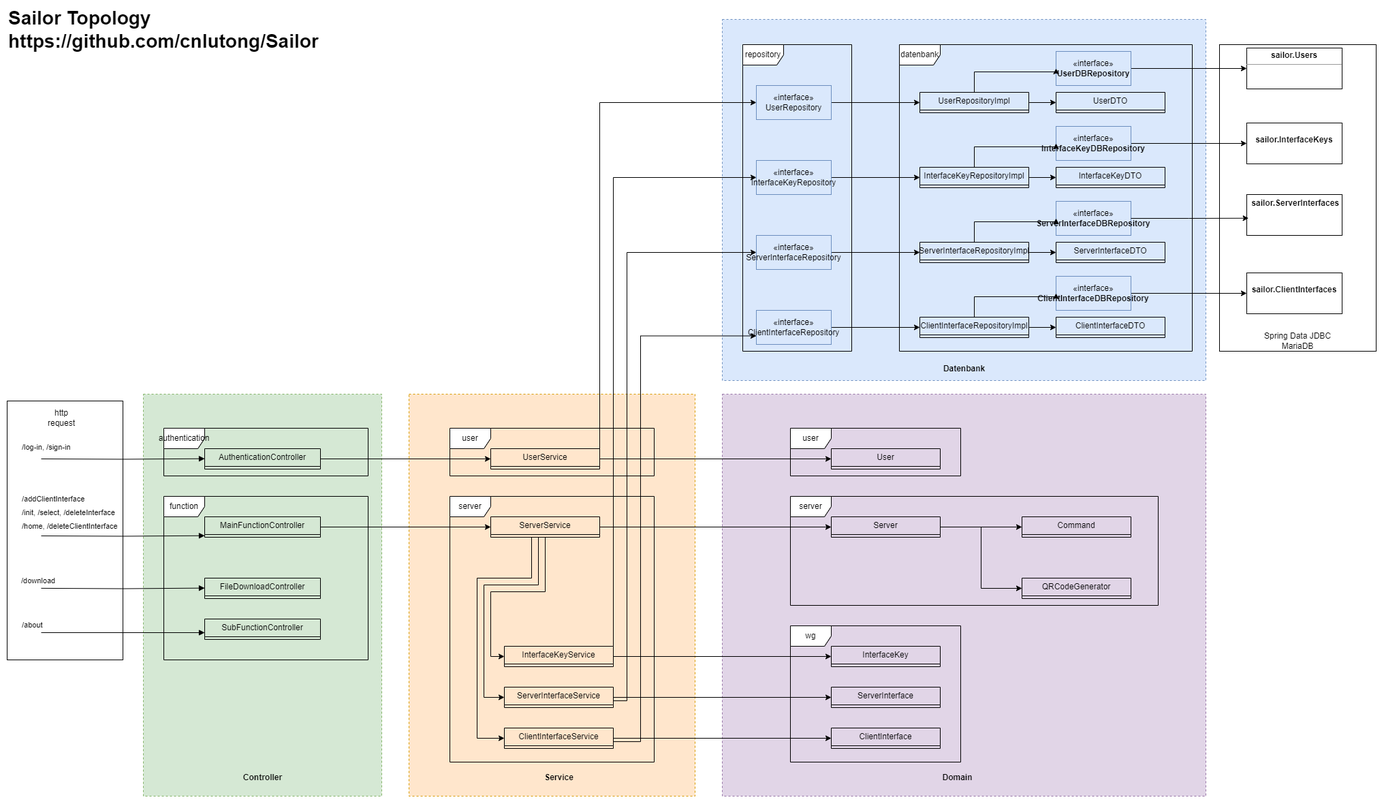
Before: sailor.draw.png, a diagram exported from draw.io (cnlutong/Sailor). Source tidied: cells renumbered, new cells last; positions are measured from the earlier drawing's top-left corner, leaving out a move shared by most shapes.
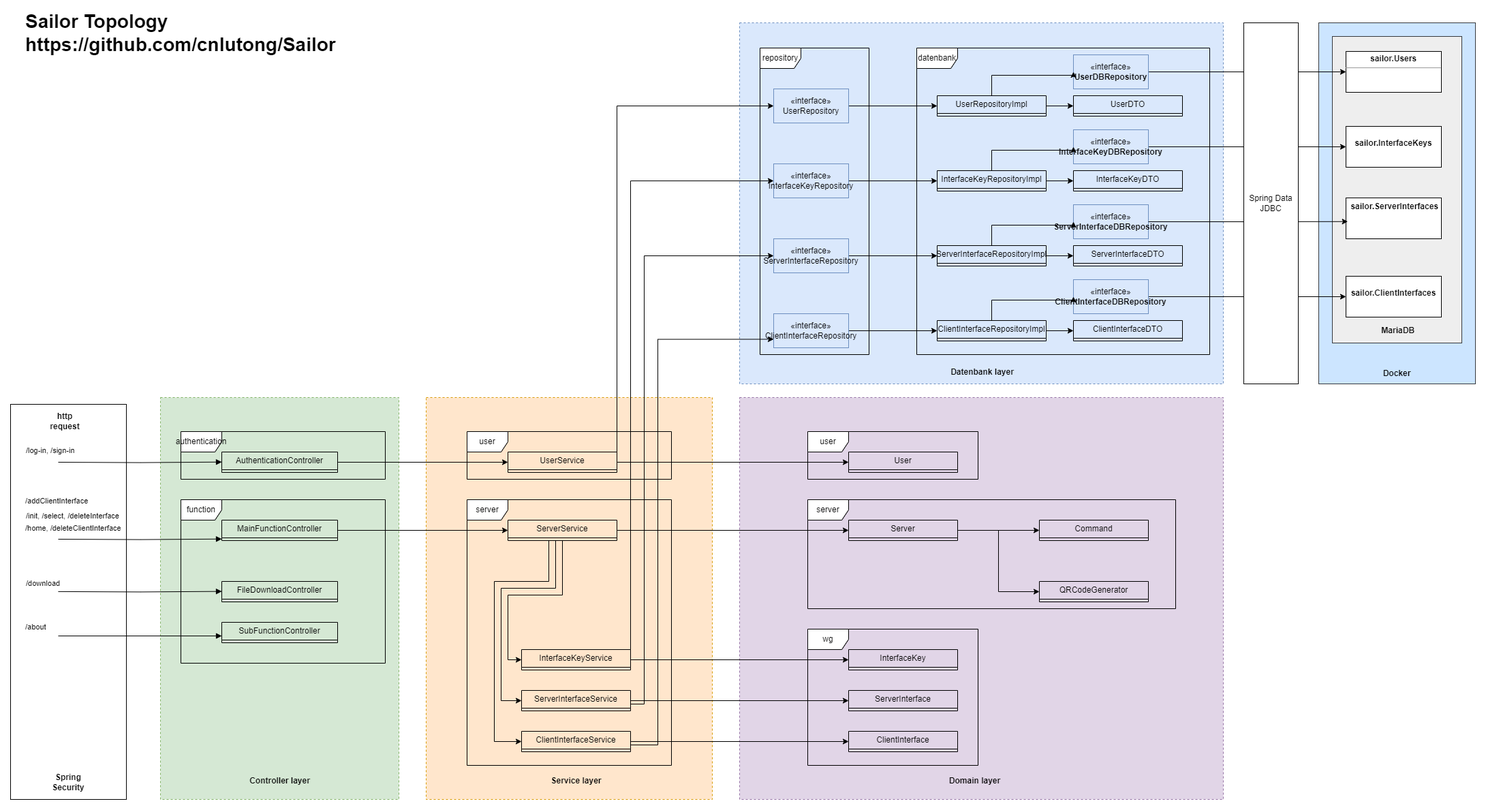
The same file after the commit.

What changed in the source:
```diff
@@ -2,6 +2,12 @@
   <root>
     <mxCell id="0" />
     <mxCell id="1" parent="0" />
+    <mxCell id="6" style="rounded=0;whiteSpace=wrap;html=1;fillColor=#cce5ff;strokeColor=#36393d;" parent="1" vertex="1">
+      <mxGeometry x="1900" width="230" height="530" as="geometry" />
+    </mxCell>
+    <mxCell id="102" style="rounded=0;whiteSpace=wrap;html=1;fillColor=#eeeeee;strokeColor=#36393d;" parent="1" vertex="1">
+      <mxGeometry x="1920" y="20" width="190" height="450" as="geometry" />
+    </mxCell>
     <mxCell id="2" style="rounded=0;whiteSpace=wrap;html=1;dashed=1;fillColor=#dae8fc;strokeColor=#6c8ebf;" parent="1" vertex="1">
       <mxGeometry x="1050" width="710" height="530" as="geometry" />
     </mxCell>
@@ -14,11 +20,8 @@
     <mxCell id="5" style="rounded=0;whiteSpace=wrap;html=1;dashed=1;fillColor=#d5e8d4;strokeColor=#82b366;" parent="1" vertex="1">
       <mxGeometry x="200" y="550" width="350" height="590" as="geometry" />
     </mxCell>
-    <mxCell id="6" style="rounded=0;whiteSpace=wrap;html=1;" parent="1" vertex="1">
-      <mxGeometry x="1780" y="37" width="230" height="450" as="geometry" />
-    </mxCell>
     <mxCell id="7" style="rounded=0;whiteSpace=wrap;html=1;" parent="1" vertex="1">
-      <mxGeometry y="560" width="170" height="380" as="geometry" />
+      <mxGeometry x="-20" y="560" width="170" height="580" as="geometry" />
     </mxCell>
     <mxCell id="8" style="edgeStyle=orthogonalEdgeStyle;rounded=0;jettySize=auto;html=1;entryX=0;entryY=0.5;entryDx=0;entryDy=0;" parent="1" edge="1" source="9" target="16">
       <mxGeometry relative="1" as="geometry" />
@@ -291,7 +294,7 @@
     </mxCell>
     <mxCell id="81" value="/about" style="edgeLabel;html=1;align=left;verticalAlign=bottom;" parent="80" vertex="1">
       <mxGeometry relative="1" as="geometry">
-        <mxPoint x="-150" y="-5" as="offset" />
+        <mxPoint x="-170" y="-5" as="offset" />
       </mxGeometry>
     </mxCell>
     <mxCell id="82" style="endArrow=block;endFill=1;html=1;edgeStyle=orthogonalEdgeStyle;align=left;verticalAlign=top;rounded=0;" parent="1" edge="1">
@@ -302,7 +305,7 @@
     </mxCell>
     <mxCell id="83" value="/download" style="edgeLabel;html=1;align=left;verticalAlign=bottom;" parent="82" vertex="1">
       <mxGeometry relative="1" as="geometry">
-        <mxPoint x="-150" y="-5" as="offset" />
+        <mxPoint x="-170" y="-5" as="offset" />
       </mxGeometry>
     </mxCell>
     <mxCell id="84" style="endArrow=block;endFill=1;html=1;edgeStyle=orthogonalEdgeStyle;align=left;verticalAlign=top;rounded=0;" parent="1" edge="1">
@@ -313,7 +316,7 @@
     </mxCell>
     <mxCell id="85" value="/log-in, /sign-in" style="edgeLabel;html=1;align=left;verticalAlign=bottom;" parent="84" vertex="1">
       <mxGeometry relative="1" as="geometry">
-        <mxPoint x="-150" y="-11" as="offset" />
+        <mxPoint x="-170" y="-11" as="offset" />
       </mxGeometry>
     </mxCell>
     <mxCell id="86" style="endArrow=block;endFill=1;html=1;edgeStyle=orthogonalEdgeStyle;align=left;verticalAlign=top;rounded=0;" parent="1" edge="1">
@@ -324,50 +327,59 @@
     </mxCell>
     <mxCell id="87" value="/init, /select, /deleteInterface" style="edgeLabel;html=1;align=left;verticalAlign=bottom;" parent="86" vertex="1">
       <mxGeometry relative="1" as="geometry">
-        <mxPoint x="-150" y="-28" as="offset" />
+        <mxPoint x="-170" y="-28" as="offset" />
       </mxGeometry>
     </mxCell>
     <mxCell id="88" value="/home, /deleteClientInterface" style="edgeLabel;html=1;align=left;verticalAlign=bottom;" parent="1" vertex="1">
-      <mxGeometry x="20" y="750" as="geometry" />
+      <mxGeometry y="750" as="geometry" />
     </mxCell>
     <mxCell id="89" value="/addClientInterface" style="edgeLabel;html=1;align=left;verticalAlign=bottom;" parent="1" vertex="1">
-      <mxGeometry x="20" y="710" as="geometry" />
+      <mxGeometry y="710" as="geometry" />
     </mxCell>
-    <mxCell id="90" value="http request" style="text;html=1;strokeColor=none;fillColor=none;align=center;verticalAlign=middle;whiteSpace=wrap;rounded=0;" parent="1" vertex="1">
-      <mxGeometry x="50" y="570" width="60" height="30" as="geometry" />
+    <mxCell id="90" value="&lt;b&gt;http request&lt;/b&gt;" style="text;html=1;strokeColor=none;fillColor=none;align=center;verticalAlign=middle;whiteSpace=wrap;rounded=0;" parent="1" vertex="1">
+      <mxGeometry x="30" y="570" width="60" height="30" as="geometry" />
     </mxCell>
     <mxCell id="91" value="&lt;p style=&quot;margin:0px;margin-top:4px;text-align:center;&quot;&gt;&lt;b&gt;sailor.Users&lt;/b&gt;&lt;br&gt;&lt;/p&gt;&lt;hr size=&quot;1&quot;&gt;&lt;div style=&quot;height:2px;&quot;&gt;&lt;/div&gt;" style="verticalAlign=top;align=left;overflow=fill;fontSize=12;fontFamily=Helvetica;html=1;whiteSpace=wrap;" parent="1" vertex="1">
-      <mxGeometry x="1820" y="42" width="140" height="60" as="geometry" />
+      <mxGeometry x="1940" y="42" width="140" height="60" as="geometry" />
     </mxCell>
     <mxCell id="92" value="&lt;p style=&quot;margin:0px;margin-top:4px;text-align:center;&quot;&gt;&lt;br&gt;&lt;b&gt;sailor.InterfaceKeys&lt;/b&gt;&lt;br&gt;&lt;/p&gt;" style="verticalAlign=top;align=left;overflow=fill;fontSize=12;fontFamily=Helvetica;html=1;whiteSpace=wrap;" parent="1" vertex="1">
-      <mxGeometry x="1820" y="152" width="140" height="60" as="geometry" />
+      <mxGeometry x="1940" y="152" width="140" height="60" as="geometry" />
     </mxCell>
     <mxCell id="93" value="&lt;p style=&quot;margin:0px;margin-top:4px;text-align:center;&quot;&gt;&lt;/p&gt;&lt;div style=&quot;height:2px;&quot;&gt;&lt;/div&gt;&lt;div style=&quot;text-align: center;&quot;&gt;&lt;b&gt;&amp;nbsp;sailor.ServerInterfaces&lt;/b&gt;&lt;/div&gt;" style="verticalAlign=top;align=left;overflow=fill;fontSize=12;fontFamily=Helvetica;html=1;whiteSpace=wrap;" parent="1" vertex="1">
-      <mxGeometry x="1820" y="257" width="140" height="60" as="geometry" />
+      <mxGeometry x="1940" y="257" width="140" height="60" as="geometry" />
     </mxCell>
     <mxCell id="94" value="&lt;p style=&quot;margin:0px;margin-top:4px;text-align:center;&quot;&gt;&lt;br&gt;&lt;b&gt;sailor.ClientInterfaces&lt;/b&gt;&lt;br&gt;&lt;/p&gt;" style="verticalAlign=top;align=left;overflow=fill;fontSize=12;fontFamily=Helvetica;html=1;whiteSpace=wrap;" parent="1" vertex="1">
-      <mxGeometry x="1820" y="372" width="140" height="60" as="geometry" />
+      <mxGeometry x="1940" y="372" width="140" height="60" as="geometry" />
     </mxCell>
-    <mxCell id="95" value="Spring Data JDBC MariaDB" style="text;html=1;strokeColor=none;fillColor=none;align=center;verticalAlign=middle;whiteSpace=wrap;rounded=0;" parent="1" vertex="1">
-      <mxGeometry x="1832" y="457" width="126" height="30" as="geometry" />
+    <mxCell id="95" value="&amp;nbsp;MariaDB" style="text;html=1;strokeColor=none;fillColor=none;align=center;verticalAlign=middle;whiteSpace=wrap;rounded=0;fontStyle=1;" parent="1" vertex="1">
+      <mxGeometry x="1952" y="437" width="126" height="30" as="geometry" />
     </mxCell>
     <mxCell id="96" style="edgeStyle=orthogonalEdgeStyle;rounded=0;jettySize=auto;html=1;entryX=0.019;entryY=0.579;entryDx=0;entryDy=0;entryPerimeter=0;" parent="1" edge="1" source="68" target="93">
       <mxGeometry relative="1" as="geometry" />
     </mxCell>
-    <mxCell id="97" value="Controller" style="text;align=center;fontStyle=1;verticalAlign=middle;spacingLeft=3;spacingRight=3;strokeColor=none;html=1;" parent="1" vertex="1">
+    <mxCell id="97" value="Controller&amp;nbsp;layer" style="text;align=center;fontStyle=1;verticalAlign=middle;spacingLeft=3;spacingRight=3;strokeColor=none;html=1;" parent="1" vertex="1">
       <mxGeometry x="335" y="1100" width="80" height="26" as="geometry" />
     </mxCell>
-    <mxCell id="98" value="Service" style="text;align=center;fontStyle=1;verticalAlign=middle;spacingLeft=3;spacingRight=3;strokeColor=none;html=1;" parent="1" vertex="1">
+    <mxCell id="98" value="Service&amp;nbsp;layer" style="text;align=center;fontStyle=1;verticalAlign=middle;spacingLeft=3;spacingRight=3;strokeColor=none;html=1;" parent="1" vertex="1">
       <mxGeometry x="770" y="1100" width="80" height="26" as="geometry" />
     </mxCell>
-    <mxCell id="99" value="Domain" style="text;align=center;fontStyle=1;verticalAlign=middle;spacingLeft=3;spacingRight=3;strokeColor=none;html=1;" parent="1" vertex="1">
+    <mxCell id="99" value="Domain&amp;nbsp;layer" style="text;align=center;fontStyle=1;verticalAlign=middle;spacingLeft=3;spacingRight=3;strokeColor=none;html=1;" parent="1" vertex="1">
       <mxGeometry x="1355" y="1100" width="80" height="26" as="geometry" />
     </mxCell>
-    <mxCell id="100" value="Datenbank" style="text;align=center;fontStyle=1;verticalAlign=middle;spacingLeft=3;spacingRight=3;strokeColor=none;html=1;" parent="1" vertex="1">
-      <mxGeometry x="1365" y="500" width="80" height="26" as="geometry" />
+    <mxCell id="100" value="Datenbank&amp;nbsp;layer" style="text;align=center;fontStyle=1;verticalAlign=middle;spacingLeft=3;spacingRight=3;strokeColor=none;html=1;" parent="1" vertex="1">
+      <mxGeometry x="1366" y="500" width="80" height="26" as="geometry" />
     </mxCell>
     <mxCell id="101" value="&lt;font style=&quot;font-size: 28px;&quot;&gt;Sailor Topology&lt;br style=&quot;font-size: 28px;&quot;&gt;&lt;span style=&quot;font-size: 28px;&quot;&gt;https://github.com/cnlutong/Sailor&lt;/span&gt;&lt;br style=&quot;font-size: 28px;&quot;&gt;&lt;/font&gt;" style="text;html=1;strokeColor=none;fillColor=none;align=left;verticalAlign=middle;whiteSpace=wrap;rounded=0;fontStyle=1;fontSize=28;" parent="1" vertex="1">
       <mxGeometry width="240" height="30" as="geometry" />
     </mxCell>
+    <mxCell id="103" value="Spring Data JDBC" style="rounded=0;whiteSpace=wrap;html=1;" parent="1" vertex="1">
+      <mxGeometry x="1790" width="80" height="530" as="geometry" />
+    </mxCell>
+    <mxCell id="104" value="Docker" style="text;html=1;strokeColor=none;fillColor=none;align=center;verticalAlign=middle;whiteSpace=wrap;rounded=0;fontStyle=1;" parent="1" vertex="1">
+      <mxGeometry x="1952" y="500" width="126" height="30" as="geometry" />
+    </mxCell>
+    <mxCell id="105" value="&lt;b&gt;Spring Security&lt;/b&gt;" style="text;html=1;strokeColor=none;fillColor=none;align=center;verticalAlign=middle;whiteSpace=wrap;rounded=0;" parent="1" vertex="1">
+      <mxGeometry x="35" y="1100" width="60" height="30" as="geometry" />
+    </mxCell>
   </root>
 </mxGraphModel>
```
